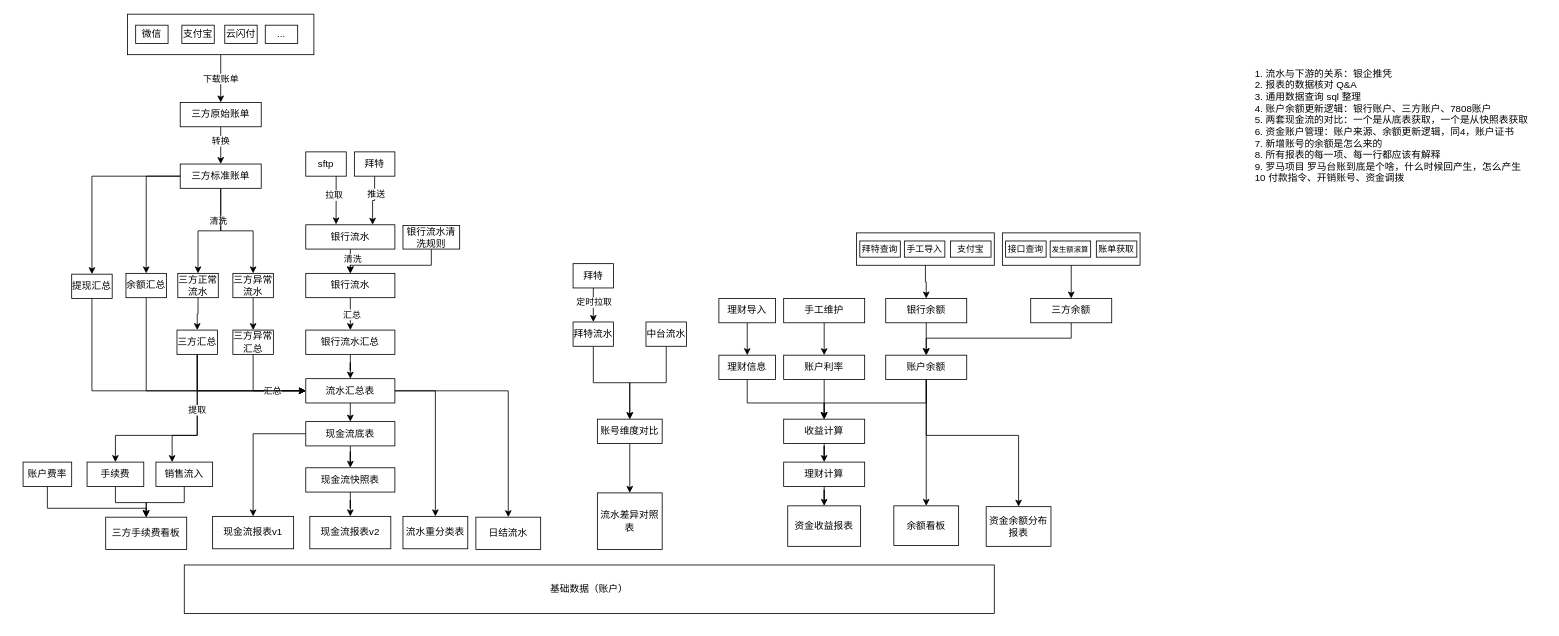
491705331/personal-notes keeps this draw.io diagram as page "银行总体概况" (2 of 7) of 流程图/work_bankFlow.drawio. Above is the earlier version. Source tidied: cells renumbered, new cells numbered last; positions are measured from the earlier drawing's top-left corner, leaving out a move shared by most shapes. Both pictures are drawn from the tidied source at 81%, with x=0, y=0 at pixel (23, 14).
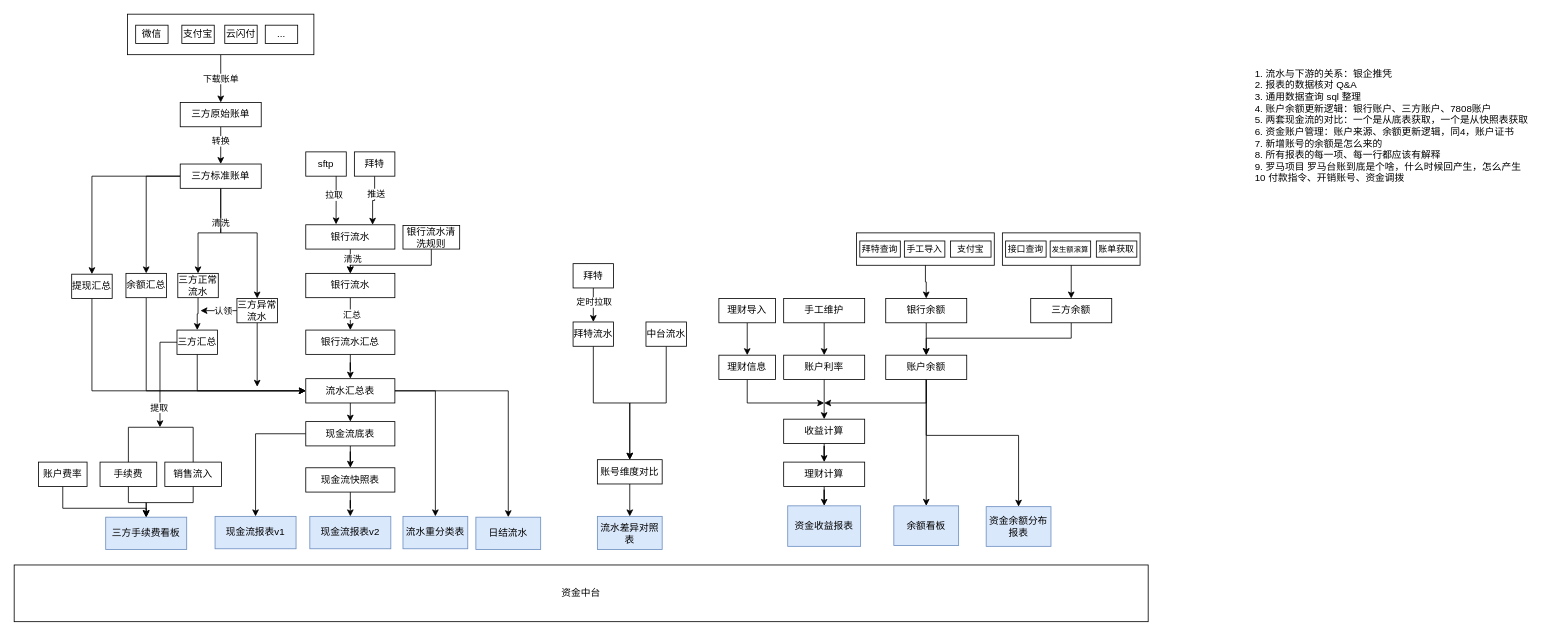
After the change.

The change refers to these unchanged cells:
```xml
<mxCell id="9" value="账户余额" style="rounded=0;whiteSpace=wrap;html=1;" parent="1" vertex="1">
  <mxGeometry x="1065" y="421" width="100" height="30" as="geometry" />
</mxCell>
<mxCell id="32" value="收益计算" style="rounded=0;whiteSpace=wrap;html=1;" parent="1" vertex="1">
  <mxGeometry x="939" y="500" width="100" height="30" as="geometry" />
</mxCell>
<mxCell id="35" value="三方正常流水" style="rounded=0;whiteSpace=wrap;html=1;" parent="1" vertex="1">
  <mxGeometry x="191" y="320" width="50" height="30" as="geometry" />
</mxCell>
<mxCell id="47" value="三方汇总" style="rounded=0;whiteSpace=wrap;html=1;" parent="1" vertex="1">
  <mxGeometry x="190" y="390" width="50" height="30" as="geometry" />
</mxCell>
<mxCell id="54" value="流水汇总表" style="rounded=0;whiteSpace=wrap;html=1;" parent="1" vertex="1">
  <mxGeometry x="349" y="450" width="110" height="30" as="geometry" />
</mxCell>
<mxCell id="77" value="三方标准账单" style="rounded=0;whiteSpace=wrap;html=1;" parent="1" vertex="1">
  <mxGeometry x="194" y="185" width="100" height="30" as="geometry" />
</mxCell>
<mxCell id="85" value="理财信息" style="rounded=0;whiteSpace=wrap;html=1;" parent="1" vertex="1">
  <mxGeometry x="859" y="421" width="70" height="30" as="geometry" />
</mxCell>
```

Change to the diagram source:
```diff
@@
-    <mxCell id="2" value="基础数据（账户）" style="rounded=0;whiteSpace=wrap;html=1;" parent="1" vertex="1">
-      <mxGeometry x="199" y="680" width="1000" height="60" as="geometry" />
+    <mxCell id="2" value="资金中台" style="rounded=0;whiteSpace=wrap;html=1;" parent="1" vertex="1">
+      <mxGeometry x="-11" y="680" width="1400" height="70" as="geometry" />
     </mxCell>
-    <mxCell id="3" value="现金流报表v2" style="rounded=0;whiteSpace=wrap;html=1;" parent="1" vertex="1">
+    <mxCell id="3" value="现金流报表v2" style="rounded=0;whiteSpace=wrap;html=1;fillColor=#dae8fc;strokeColor=#6c8ebf;" parent="1" vertex="1">
       <mxGeometry x="354" y="620" width="100" height="40" as="geometry" />
     </mxCell>
-    <mxCell id="4" value="资金收益报表" style="rounded=0;whiteSpace=wrap;html=1;" parent="1" vertex="1">
+    <mxCell id="4" value="资金收益报表" style="rounded=0;whiteSpace=wrap;html=1;fillColor=#dae8fc;strokeColor=#6c8ebf;" parent="1" vertex="1">
       <mxGeometry x="944" y="607" width="90" height="50" as="geometry" />
     </mxCell>
-    <mxCell id="5" value="余额看板" style="rounded=0;whiteSpace=wrap;html=1;" parent="1" vertex="1">
+    <mxCell id="5" value="余额看板" style="rounded=0;whiteSpace=wrap;html=1;fillColor=#dae8fc;strokeColor=#6c8ebf;" parent="1" vertex="1">
       <mxGeometry x="1075" y="607" width="80" height="49" as="geometry" />
     </mxCell>
@@
-    <mxCell id="7" style="edgeStyle=orthogonalEdgeStyle;rounded=0;jettySize=auto;html=1;entryX=0.5;entryY=0;entryDx=0;entryDy=0;exitX=0.5;exitY=1;exitDx=0;exitDy=0;" parent="1" edge="1" source="9" target="32">
-      <mxGeometry relative="1" as="geometry">
-        <Array as="points">
-          <mxPoint x="1115" y="480" />
-          <mxPoint x="989" y="480" />
-        </Array>
-      </mxGeometry>
-    </mxCell>
@@
+    <mxCell id="117" style="edgeStyle=orthogonalEdgeStyle;rounded=0;jettySize=auto;html=1;" parent="1" edge="1" source="9">
+      <mxGeometry relative="1" as="geometry">
+        <mxPoint x="989" y="480" as="targetPoint" />
+        <Array as="points">
+          <mxPoint x="1115" y="480" />
+        </Array>
+      </mxGeometry>
+    </mxCell>
@@
     <mxCell id="15" style="edgeStyle=orthogonalEdgeStyle;rounded=0;jettySize=auto;html=1;exitX=0.5;exitY=1;exitDx=0;exitDy=0;" parent="1" edge="1" source="77" target="35">
-      <mxGeometry relative="1" as="geometry" />
+      <mxGeometry relative="1" as="geometry">
+        <Array as="points">
+          <mxPoint x="244" y="270" />
+          <mxPoint x="216" y="270" />
+        </Array>
+      </mxGeometry>
     </mxCell>
@@
     <mxCell id="17" style="edgeStyle=orthogonalEdgeStyle;rounded=0;jettySize=auto;html=1;entryX=0.5;entryY=0;entryDx=0;entryDy=0;exitX=0.5;exitY=1;exitDx=0;exitDy=0;" parent="1" edge="1" source="77" target="42">
-      <mxGeometry relative="1" as="geometry" />
+      <mxGeometry relative="1" as="geometry">
+        <Array as="points">
+          <mxPoint x="244" y="270" />
+          <mxPoint x="289" y="270" />
+        </Array>
+      </mxGeometry>
     </mxCell>
@@
-    <mxCell id="41" style="edgeStyle=orthogonalEdgeStyle;rounded=0;jettySize=auto;html=1;" parent="1" edge="1" source="42" target="50">
-      <mxGeometry relative="1" as="geometry" />
+    <mxCell id="41" style="edgeStyle=orthogonalEdgeStyle;rounded=0;jettySize=auto;html=1;" parent="1" edge="1" source="42">
+      <mxGeometry relative="1" as="geometry">
+        <mxPoint x="289" y="460" as="targetPoint" />
+        <Array as="points">
+          <mxPoint x="289" y="460" />
+        </Array>
+      </mxGeometry>
     </mxCell>
+    <mxCell id="118" style="edgeStyle=orthogonalEdgeStyle;rounded=0;jettySize=auto;html=1;" parent="1" edge="1" source="42">
+      <mxGeometry relative="1" as="geometry">
+        <mxPoint x="219" y="366" as="targetPoint" />
+      </mxGeometry>
+    </mxCell>
+    <mxCell id="119" value="认领" style="edgeLabel;html=1;align=center;verticalAlign=middle;" parent="118" vertex="1">
+      <mxGeometry x="0.07" relative="1" as="geometry">
+        <mxPoint x="6" as="offset" />
+      </mxGeometry>
+    </mxCell>
     <mxCell id="42" value="三方异常流水" style="rounded=0;whiteSpace=wrap;html=1;" parent="1" vertex="1">
-      <mxGeometry x="259" y="320" width="50" height="30" as="geometry" />
+      <mxGeometry x="264" y="351" width="50" height="30" as="geometry" />
     </mxCell>
@@
-    <mxCell id="44" style="edgeStyle=orthogonalEdgeStyle;rounded=0;jettySize=auto;html=1;" parent="1" edge="1" source="47" target="92">
-      <mxGeometry relative="1" as="geometry">
-        <Array as="points">
-          <mxPoint x="215" y="520" />
-          <mxPoint x="184" y="520" />
-        </Array>
-      </mxGeometry>
-    </mxCell>
-    <mxCell id="45" style="edgeStyle=orthogonalEdgeStyle;rounded=0;jettySize=auto;html=1;entryX=0.5;entryY=0;entryDx=0;entryDy=0;" parent="1" edge="1" source="47" target="90">
-      <mxGeometry relative="1" as="geometry">
-        <Array as="points">
-          <mxPoint x="215" y="520" />
-          <mxPoint x="114" y="520" />
-        </Array>
-      </mxGeometry>
-    </mxCell>
-    <mxCell id="46" value="提取" style="edgeLabel;html=1;align=center;verticalAlign=middle;" parent="45" vertex="1">
-      <mxGeometry x="-0.42" y="-1" relative="1" as="geometry" />
-    </mxCell>
@@
-    <mxCell id="48" style="edgeStyle=orthogonalEdgeStyle;rounded=0;jettySize=auto;html=1;entryX=0;entryY=0.5;entryDx=0;entryDy=0;" parent="1" edge="1" source="50" target="54">
-      <mxGeometry relative="1" as="geometry">
-        <Array as="points">
-          <mxPoint x="284" y="465" />
-        </Array>
-      </mxGeometry>
-    </mxCell>
-    <mxCell id="49" value="汇总" style="edgeLabel;html=1;align=center;verticalAlign=middle;" parent="48" vertex="1">
-      <mxGeometry x="0.23" y="1" relative="1" as="geometry" />
-    </mxCell>
-    <mxCell id="50" value="三方异常汇总" style="rounded=0;whiteSpace=wrap;html=1;" parent="1" vertex="1">
-      <mxGeometry x="259" y="390" width="50" height="30" as="geometry" />
-    </mxCell>
@@
-    <mxCell id="58" value="流水差异对照表" style="rounded=0;whiteSpace=wrap;html=1;" parent="1" vertex="1">
-      <mxGeometry x="709" y="591" width="80" height="70" as="geometry" />
+    <mxCell id="58" value="流水差异对照表" style="rounded=0;whiteSpace=wrap;html=1;fillColor=#dae8fc;strokeColor=#6c8ebf;" parent="1" vertex="1">
+      <mxGeometry x="709" y="620" width="80" height="41" as="geometry" />
     </mxCell>
@@
     <mxCell id="67" value="账号维度对比" style="rounded=0;whiteSpace=wrap;html=1;" parent="1" vertex="1">
-      <mxGeometry x="709" y="500" width="80" height="30" as="geometry" />
+      <mxGeometry x="709" y="550" width="80" height="30" as="geometry" />
     </mxCell>
@@
-    <mxCell id="71" value="现金流报表v1" style="rounded=0;whiteSpace=wrap;html=1;" parent="1" vertex="1">
-      <mxGeometry x="234" y="620" width="100" height="40" as="geometry" />
+    <mxCell id="71" value="现金流报表v1" style="rounded=0;whiteSpace=wrap;html=1;fillColor=#dae8fc;strokeColor=#6c8ebf;" parent="1" vertex="1">
+      <mxGeometry x="237" y="620" width="100" height="40" as="geometry" />
     </mxCell>
@@
-    <mxCell id="74" value="资金余额分布报表" style="rounded=0;whiteSpace=wrap;html=1;" parent="1" vertex="1">
+    <mxCell id="74" value="资金余额分布报表" style="rounded=0;whiteSpace=wrap;html=1;fillColor=#dae8fc;strokeColor=#6c8ebf;" parent="1" vertex="1">
       <mxGeometry x="1189" y="608" width="80" height="49" as="geometry" />
     </mxCell>
@@
-    <mxCell id="82" value="流水重分类表" style="rounded=0;whiteSpace=wrap;html=1;" parent="1" vertex="1">
+    <mxCell id="82" value="流水重分类表" style="rounded=0;whiteSpace=wrap;html=1;fillColor=#dae8fc;strokeColor=#6c8ebf;" parent="1" vertex="1">
       <mxGeometry x="469" y="620" width="80" height="40" as="geometry" />
     </mxCell>
-    <mxCell id="83" value="日结流水" style="rounded=0;whiteSpace=wrap;html=1;" parent="1" vertex="1">
+    <mxCell id="83" value="日结流水" style="rounded=0;whiteSpace=wrap;html=1;fillColor=#dae8fc;strokeColor=#6c8ebf;" parent="1" vertex="1">
       <mxGeometry x="559" y="621" width="80" height="40" as="geometry" />
     </mxCell>
-    <mxCell id="84" style="edgeStyle=orthogonalEdgeStyle;rounded=0;jettySize=auto;html=1;entryX=0.5;entryY=0;entryDx=0;entryDy=0;" parent="1" edge="1" source="85" target="32">
-      <mxGeometry relative="1" as="geometry">
-        <Array as="points">
-          <mxPoint x="894" y="480" />
-          <mxPoint x="989" y="480" />
-        </Array>
-      </mxGeometry>
-    </mxCell>
+    <mxCell id="120" style="edgeStyle=orthogonalEdgeStyle;rounded=0;jettySize=auto;html=1;" parent="1" edge="1" source="85">
+      <mxGeometry relative="1" as="geometry">
+        <mxPoint x="989" y="480" as="targetPoint" />
+        <Array as="points">
+          <mxPoint x="894" y="480" />
+        </Array>
+      </mxGeometry>
+    </mxCell>
@@
-    <mxCell id="88" value="三方手续费看板" style="rounded=0;whiteSpace=wrap;html=1;" parent="1" vertex="1">
+    <mxCell id="88" value="三方手续费看板" style="rounded=0;whiteSpace=wrap;html=1;fillColor=#dae8fc;strokeColor=#6c8ebf;" parent="1" vertex="1">
       <mxGeometry x="102" y="621" width="100" height="40" as="geometry" />
     </mxCell>
@@
     <mxCell id="90" value="手续费" style="rounded=0;whiteSpace=wrap;html=1;" parent="1" vertex="1">
-      <mxGeometry x="79" y="553" width="70" height="30" as="geometry" />
+      <mxGeometry x="95" y="553" width="70" height="30" as="geometry" />
     </mxCell>
     <mxCell id="91" style="edgeStyle=orthogonalEdgeStyle;rounded=0;jettySize=auto;html=1;entryX=0.5;entryY=0;entryDx=0;entryDy=0;" parent="1" edge="1" source="92" target="88">
-      <mxGeometry relative="1" as="geometry" />
+      <mxGeometry relative="1" as="geometry">
+        <Array as="points">
+          <mxPoint x="210" y="603" />
+          <mxPoint x="152" y="603" />
+        </Array>
+      </mxGeometry>
     </mxCell>
     <mxCell id="92" value="销售流入" style="rounded=0;whiteSpace=wrap;html=1;" parent="1" vertex="1">
-      <mxGeometry x="164" y="553" width="70" height="30" as="geometry" />
+      <mxGeometry x="175" y="553" width="70" height="30" as="geometry" />
     </mxCell>
-    <mxCell id="93" style="edgeStyle=orthogonalEdgeStyle;rounded=0;jettySize=auto;html=1;entryX=0.5;entryY=0;entryDx=0;entryDy=0;" parent="1" edge="1" source="94" target="88">
+    <mxCell id="93" style="edgeStyle=orthogonalEdgeStyle;rounded=0;jettySize=auto;html=1;entryX=0.5;entryY=0;entryDx=0;entryDy=0;exitX=0.5;exitY=1;exitDx=0;exitDy=0;" parent="1" edge="1" source="94" target="88">
       <mxGeometry relative="1" as="geometry">
         <Array as="points">
-          <mxPoint x="30" y="610" />
+          <mxPoint x="49" y="610" />
           <mxPoint x="152" y="610" />
         </Array>
       </mxGeometry>
     </mxCell>
     <mxCell id="94" value="账户费率" style="rounded=0;whiteSpace=wrap;html=1;" parent="1" vertex="1">
-      <mxGeometry y="553" width="60" height="30" as="geometry" />
+      <mxGeometry x="19" y="553" width="60" height="30" as="geometry" />
     </mxCell>
@@
+    <mxCell id="121" style="endArrow=classic;html=1;rounded=0;exitX=0;exitY=0.5;exitDx=0;exitDy=0;" parent="1" edge="1" source="47">
+      <mxGeometry relative="1" as="geometry">
+        <mxPoint x="169" y="510" as="targetPoint" />
+        <Array as="points">
+          <mxPoint x="169" y="405" />
+        </Array>
+      </mxGeometry>
+    </mxCell>
+    <mxCell id="46" value="提取" style="edgeLabel;html=1;align=center;verticalAlign=middle;" parent="121" vertex="1">
+      <mxGeometry x="0.6" y="-2" relative="1" as="geometry" />
+    </mxCell>
+    <mxCell id="122" style="endArrow=none;html=1;rounded=0;exitX=0.5;exitY=0;exitDx=0;exitDy=0;entryX=0.5;entryY=0;entryDx=0;entryDy=0;" parent="1" edge="1" source="90" target="92">
+      <mxGeometry relative="1" as="geometry">
+        <Array as="points">
+          <mxPoint x="130" y="510" />
+          <mxPoint x="210" y="510" />
+        </Array>
+      </mxGeometry>
+    </mxCell>
```
